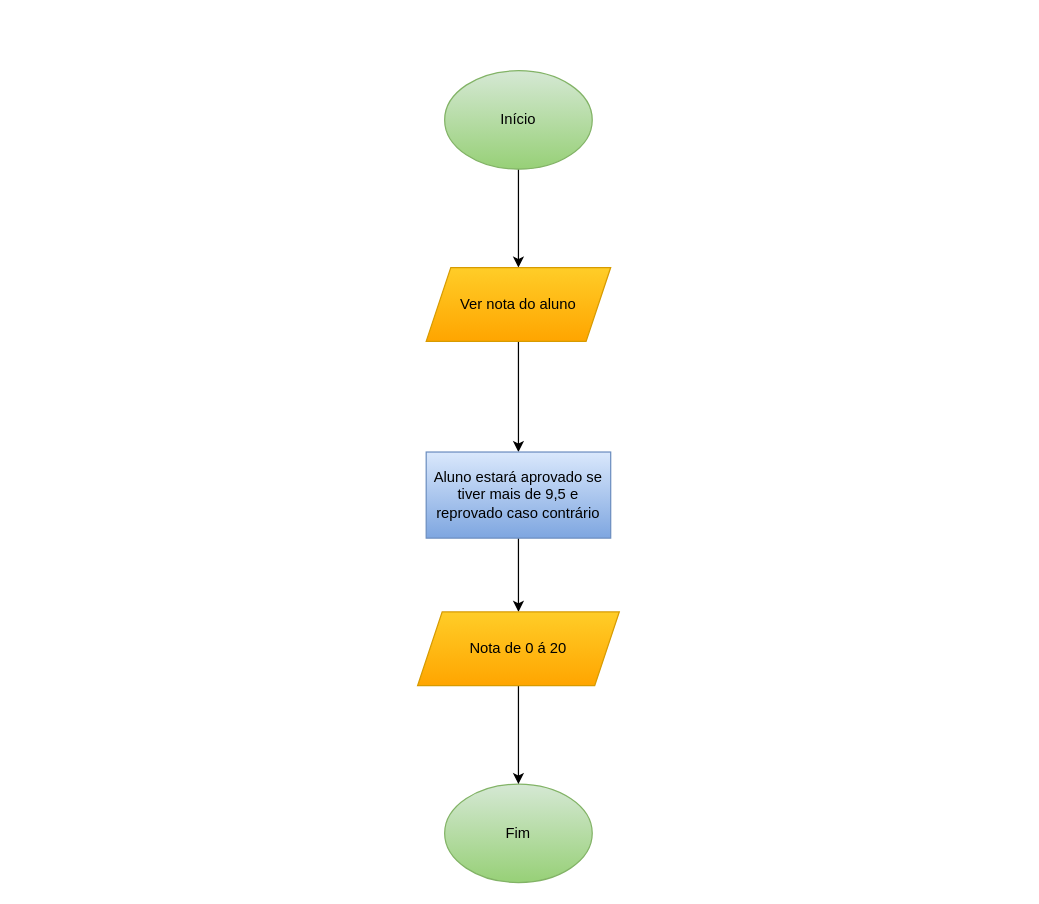
Above: fluxo 3.drawio in sergiofernandes24112010-art/fluxo-grama (draw.io), before the change. Source tidied: cells renumbered, new cells numbered last; positions are measured from the earlier drawing's top-left corner, leaving out a move shared by most shapes. Both pictures are drawn from the tidied source at 123%, with x=0, y=0 at pixel (417, 70).
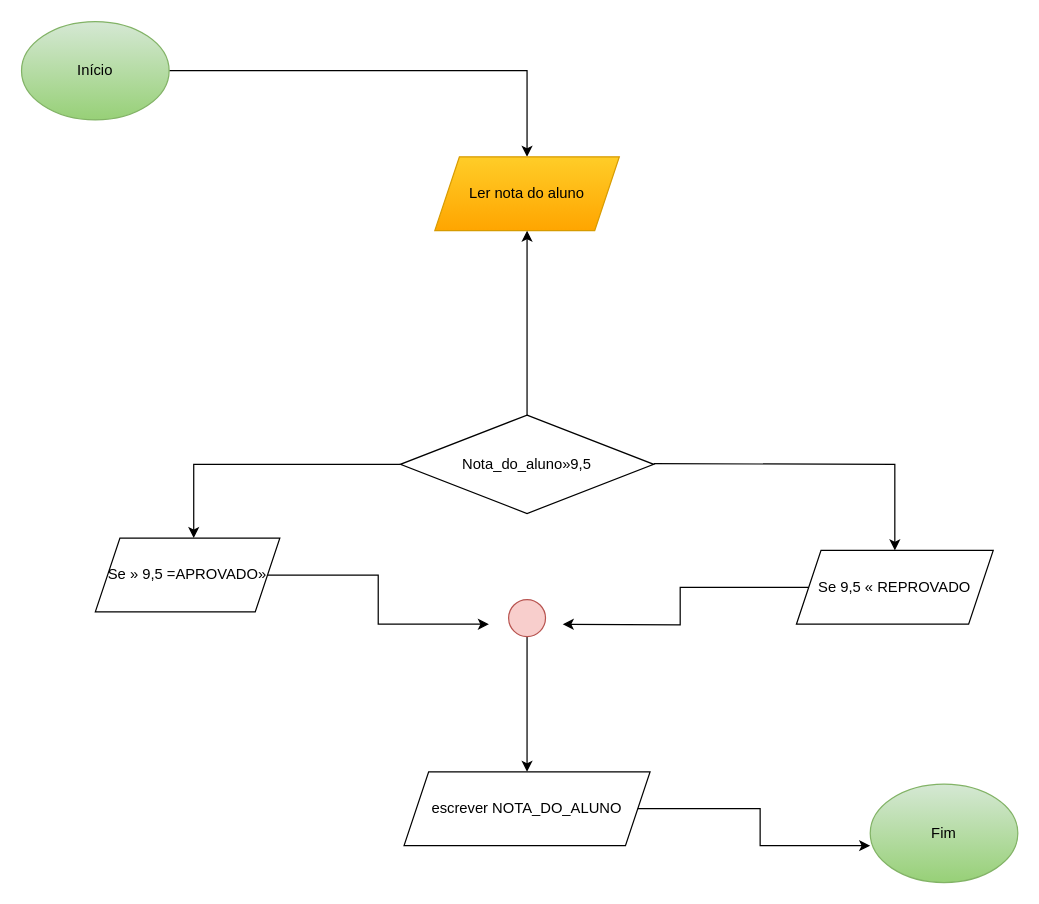
The same diagram, later.

The edit, as a diff of the source:
```diff
@@
     <mxCell id="3" value="Início" style="ellipse;whiteSpace=wrap;html=1;shapeInside=1;fillColor=#d5e8d4;gradientColor=#97d077;strokeColor=#82b366;" parent="1" vertex="1">
-      <mxGeometry x="22" width="120" height="80" as="geometry" />
+      <mxGeometry x="-322" y="-40" width="120" height="80" as="geometry" />
     </mxCell>
     <mxCell id="4" value="Fim" style="ellipse;whiteSpace=wrap;html=1;shapeInside=1;fillColor=#d5e8d4;gradientColor=#97d077;strokeColor=#82b366;" parent="1" vertex="1">
-      <mxGeometry x="22" y="580" width="120" height="80" as="geometry" />
+      <mxGeometry x="368" y="580" width="120" height="80" as="geometry" />
     </mxCell>
-    <mxCell id="5" style="edgeStyle=orthogonalEdgeStyle;rounded=0;jettySize=auto;html=1;entryX=0.5;entryY=0;entryDx=0;entryDy=0;" parent="1" edge="1" source="6" target="8">
-      <mxGeometry relative="1" as="geometry" />
-    </mxCell>
-    <mxCell id="6" value="Ver nota do aluno" style="shape=parallelogram;perimeter=parallelogramPerimeter;whiteSpace=wrap;html=1;shapeInside=1;fixedSize=1;fillColor=#ffcd28;gradientColor=#ffa500;strokeColor=#d79b00;" parent="1" vertex="1">
-      <mxGeometry x="7" y="160" width="150" height="60" as="geometry" />
+    <mxCell id="6" value="Ler nota do aluno" style="shape=parallelogram;perimeter=parallelogramPerimeter;whiteSpace=wrap;html=1;shapeInside=1;fixedSize=1;fillColor=#ffcd28;gradientColor=#ffa500;strokeColor=#d79b00;" parent="1" vertex="1">
+      <mxGeometry x="14" y="70" width="150" height="60" as="geometry" />
     </mxCell>
-    <mxCell id="7" style="edgeStyle=orthogonalEdgeStyle;rounded=0;jettySize=auto;html=1;entryX=0.5;entryY=0;entryDx=0;entryDy=0;" parent="1" edge="1" source="8" target="10">
-      <mxGeometry relative="1" as="geometry" />
-    </mxCell>
-    <mxCell id="8" value="Aluno estará aprovado se tiver mais de 9,5 e reprovado caso contrário" style="rounded=0;whiteSpace=wrap;html=1;fillColor=#dae8fc;gradientColor=#7ea6e0;strokeColor=#6c8ebf;" parent="1" vertex="1">
-      <mxGeometry x="7" y="310" width="150" height="70" as="geometry" />
-    </mxCell>
-    <mxCell id="9" style="edgeStyle=orthogonalEdgeStyle;rounded=0;jettySize=auto;html=1;entryX=0.5;entryY=0;entryDx=0;entryDy=0;" parent="1" edge="1" source="10" target="4">
-      <mxGeometry relative="1" as="geometry" />
-    </mxCell>
-    <mxCell id="10" value="Nota de 0 á 20" style="shape=parallelogram;perimeter=parallelogramPerimeter;whiteSpace=wrap;html=1;shapeInside=1;fixedSize=1;fillColor=#ffcd28;gradientColor=#ffa500;strokeColor=#d79b00;" parent="1" vertex="1">
-      <mxGeometry y="440" width="164" height="60" as="geometry" />
-    </mxCell>
+    <mxCell id="11" style="edgeStyle=orthogonalEdgeStyle;rounded=0;jettySize=auto;html=1;" parent="1" edge="1" source="14" target="6">
+      <mxGeometry relative="1" as="geometry" />
+    </mxCell>
+    <mxCell id="12" style="edgeStyle=orthogonalEdgeStyle;rounded=0;jettySize=auto;html=1;" parent="1" edge="1" source="14">
+      <mxGeometry relative="1" as="geometry">
+        <mxPoint x="-182" y="380" as="targetPoint" />
+        <Array as="points">
+          <mxPoint x="-152" y="320" />
+          <mxPoint x="-152" y="320" />
+        </Array>
+      </mxGeometry>
+    </mxCell>
+    <mxCell id="13" style="edgeStyle=orthogonalEdgeStyle;rounded=0;jettySize=auto;html=1;entryX=0.5;entryY=0;entryDx=0;entryDy=0;" parent="1" edge="1" target="18">
+      <mxGeometry relative="1" as="geometry">
+        <mxPoint x="192" y="319.5" as="sourcePoint" />
+      </mxGeometry>
+    </mxCell>
+    <mxCell id="14" value="Nota_do_aluno»9,5" style="rhombus;whiteSpace=wrap;html=1;shapeInside=1;" parent="1" vertex="1">
+      <mxGeometry x="-14" y="280" width="206" height="80" as="geometry" />
+    </mxCell>
+    <mxCell id="15" style="edgeStyle=orthogonalEdgeStyle;rounded=0;jettySize=auto;html=1;" parent="1" edge="1" source="16">
+      <mxGeometry relative="1" as="geometry">
+        <mxPoint x="58" y="450" as="targetPoint" />
+        <Array as="points">
+          <mxPoint x="-32" y="410" />
+          <mxPoint x="-32" y="450" />
+        </Array>
+      </mxGeometry>
+    </mxCell>
+    <mxCell id="16" value="&lt;span style=&quot;background-color: transparent; color: light-dark(rgb(0, 0, 0), rgb(255, 255, 255));&quot;&gt;Se » 9,5 =APROVADO»&lt;/span&gt;" style="shape=parallelogram;perimeter=parallelogramPerimeter;whiteSpace=wrap;html=1;shapeInside=1;fixedSize=1;" parent="1" vertex="1">
+      <mxGeometry x="-262" y="380" width="150" height="60" as="geometry" />
+    </mxCell>
+    <mxCell id="17" style="edgeStyle=orthogonalEdgeStyle;rounded=0;jettySize=auto;html=1;" parent="1" edge="1" source="18">
+      <mxGeometry relative="1" as="geometry">
+        <mxPoint x="118" y="450" as="targetPoint" />
+      </mxGeometry>
+    </mxCell>
+    <mxCell id="18" value="Se 9,5 « REPROVADO" style="shape=parallelogram;perimeter=parallelogramPerimeter;whiteSpace=wrap;html=1;shapeInside=1;fixedSize=1;" parent="1" vertex="1">
+      <mxGeometry x="308" y="390" width="160" height="60" as="geometry" />
+    </mxCell>
+    <mxCell id="19" style="edgeStyle=orthogonalEdgeStyle;rounded=0;jettySize=auto;html=1;" parent="1" edge="1" source="20" target="21">
+      <mxGeometry relative="1" as="geometry" />
+    </mxCell>
+    <mxCell id="20" style="ellipse;whiteSpace=wrap;html=1;shapeInside=1;fillColor=#f8cecc;strokeColor=#b85450;" parent="1" vertex="1">
+      <mxGeometry x="74" y="430" width="30" height="30" as="geometry" />
+    </mxCell>
+    <mxCell id="21" value="escrever NOTA_DO_ALUNO" style="shape=parallelogram;perimeter=parallelogramPerimeter;whiteSpace=wrap;html=1;shapeInside=1;fixedSize=1;" parent="1" vertex="1">
+      <mxGeometry x="-11" y="570" width="200" height="60" as="geometry" />
+    </mxCell>
+    <mxCell id="22" style="edgeStyle=orthogonalEdgeStyle;rounded=0;jettySize=auto;html=1;entryX=0;entryY=0.625;entryDx=0;entryDy=0;entryPerimeter=0;" parent="1" edge="1" source="21" target="4">
+      <mxGeometry relative="1" as="geometry" />
+    </mxCell>
```
